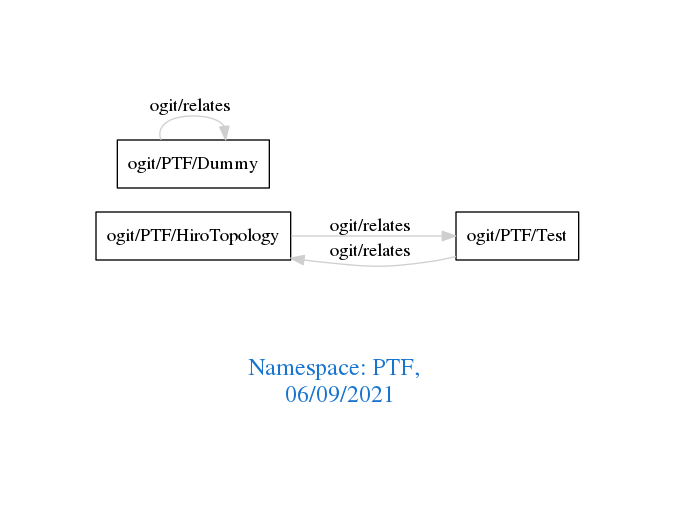
The Graphviz diagram downloads/PTF.png in arago/OGIT, before a commit. Its source is kept beside it as downloads/PTF.dot. Its diagram source:
```dot
digraph OGIT_ontology {
 graph [ rankdir= LR,pad=1
fontsize = 18,
fontcolor= dodgerblue3,label = "\n\n\nNamespace: PTF, \n 06/09/2021"];
node[shape=polygon];
edge [  color="gray81"];

   "ogit/PTF/HiroTopology" -> "ogit/PTF/Test" [label="   ogit/relates    "];
   "ogit/PTF/Test" -> "ogit/PTF/HiroTopology" [label="   ogit/relates    "];
   "ogit/PTF/Dummy" -> "ogit/PTF/Dummy" [label="   ogit/relates    "];
}
```
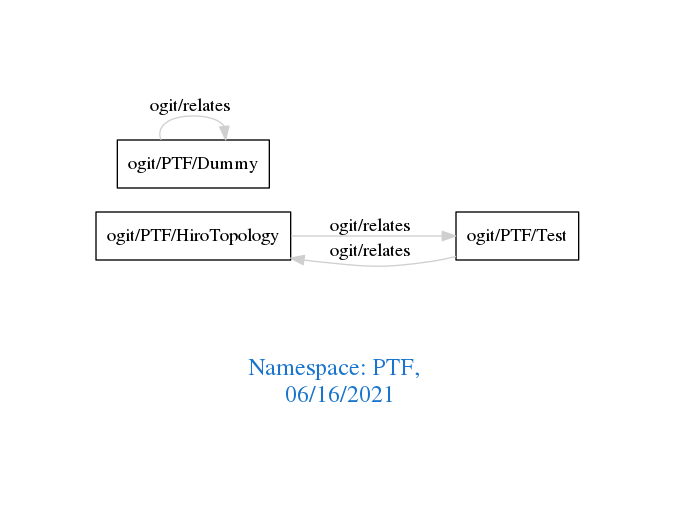
The same file after the commit.

The edit, as a diff of the source:
```diff
@@ -1,7 +1,7 @@
 digraph OGIT_ontology {
  graph [ rankdir= LR,pad=1
 fontsize = 18,
-fontcolor= dodgerblue3,label = "\n\n\nNamespace: PTF, \n 06/09/2021"];
+fontcolor= dodgerblue3,label = "\n\n\nNamespace: PTF, \n 06/16/2021"];
 node[shape=polygon];
 edge [  color="gray81"];
 
```
